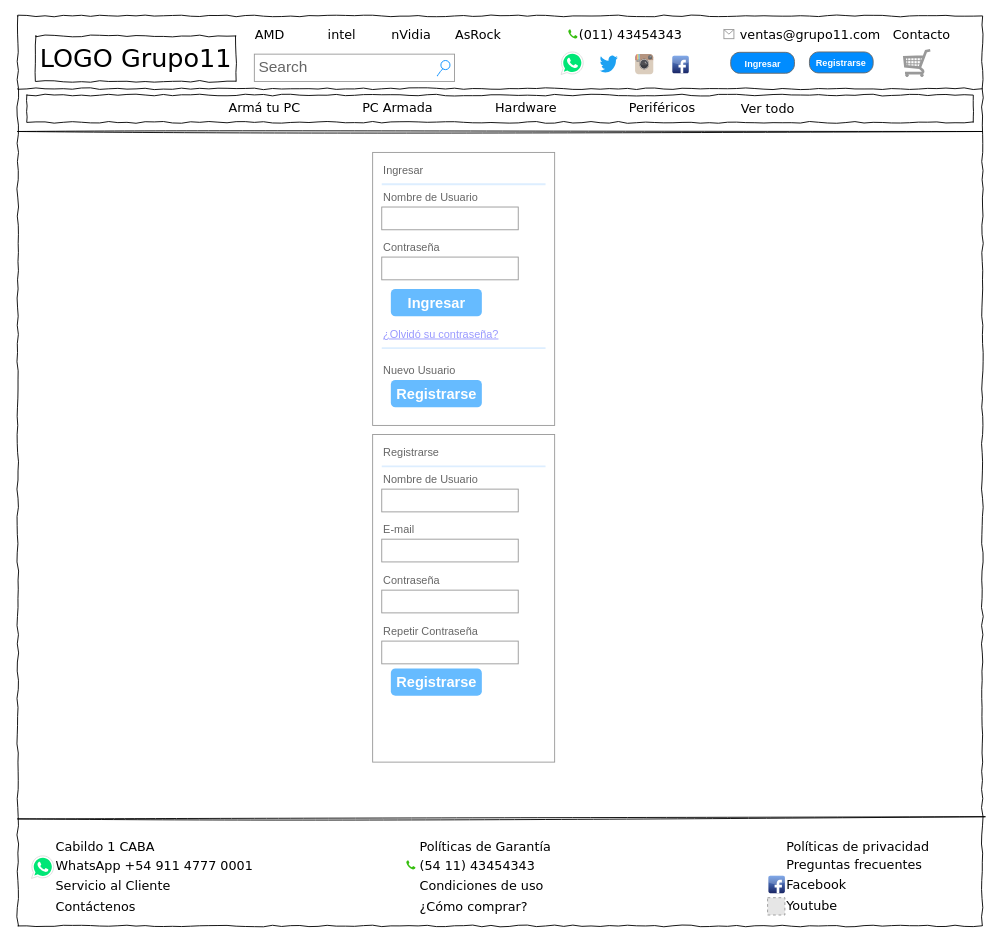
Above: page "Ingresar" (2 of 5) of Wireframe/Wireframe Home Grupo11.drawio in maximilianozurita/grupo_11_hardcommerce (draw.io), before the change. Source tidied: cells renumbered, new cells numbered last; positions are measured from the earlier drawing's top-left corner, leaving out a move shared by most shapes. Both pictures are drawn from the tidied source at 91%, with x=0, y=0 at pixel (17, 15). Pictures stored in the file or linked from it are replaced by grey dashed boxes.
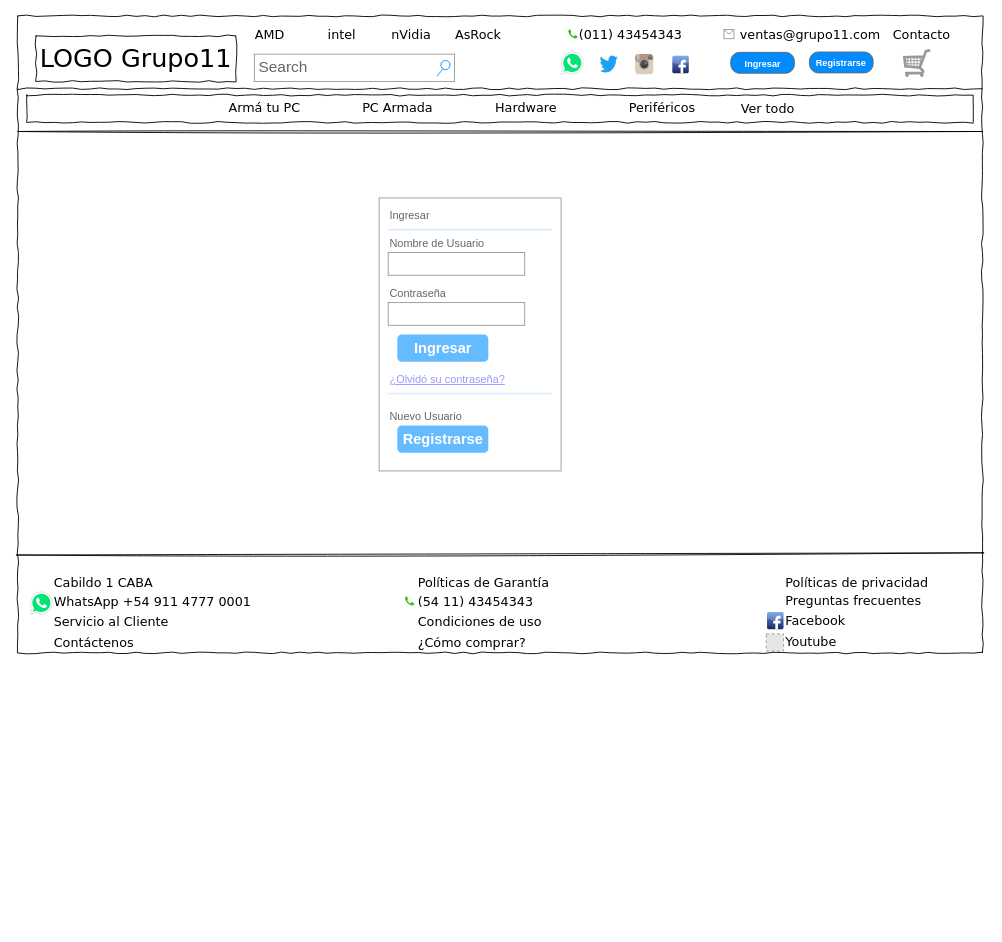
After the change.

Diff of the diagram source:
```diff
@@
     <mxCell id="2" style="whiteSpace=wrap;html=1;rounded=0;shadow=0;labelBackgroundColor=none;strokeColor=#000000;strokeWidth=1;fillColor=none;fontFamily=Verdana;fontSize=12;fontColor=#000000;align=center;comic=1;" parent="1" vertex="1">
-      <mxGeometry width="1060" height="1000" as="geometry" />
+      <mxGeometry width="1060" height="700" as="geometry" />
     </mxCell>
@@
     <mxCell id="15" value="Cabildo 1 CABA" style="text;html=1;align=left;verticalAlign=top;spacingTop=-4;fontSize=14;fontFamily=Verdana;" parent="1" vertex="1">
-      <mxGeometry x="39.5" y="902" width="170" height="20" as="geometry" />
+      <mxGeometry x="38" y="612" width="170" height="20" as="geometry" />
     </mxCell>
     <mxCell id="16" value="WhatsApp +54 911 4777 0001" style="text;html=1;align=left;verticalAlign=top;spacingTop=-4;fontSize=14;fontFamily=Verdana;" parent="1" vertex="1">
-      <mxGeometry x="39.5" y="923" width="170" height="20" as="geometry" />
+      <mxGeometry x="38" y="633" width="170" height="20" as="geometry" />
     </mxCell>
     <mxCell id="17" value="Servicio al Cliente" style="text;html=1;align=left;verticalAlign=top;spacingTop=-4;fontSize=14;fontFamily=Verdana;" parent="1" vertex="1">
-      <mxGeometry x="39.5" y="945" width="170" height="20" as="geometry" />
+      <mxGeometry x="38" y="655" width="170" height="20" as="geometry" />
     </mxCell>
     <mxCell id="18" value="Contáctenos" style="text;html=1;align=left;verticalAlign=top;spacingTop=-4;fontSize=14;fontFamily=Verdana;" parent="1" vertex="1">
-      <mxGeometry x="39.5" y="968" width="170" height="20" as="geometry" />
+      <mxGeometry x="38" y="678" width="170" height="20" as="geometry" />
     </mxCell>
@@
     <mxCell id="30" style="endArrow=none;html=1;sketch=1;" parent="1" edge="1">
       <mxGeometry relative="1" as="geometry">
-        <mxPoint y="882.4" as="sourcePoint" />
-        <mxPoint x="1063" y="880" as="targetPoint" />
+        <mxPoint x="-1.5" y="592.4" as="sourcePoint" />
+        <mxPoint x="1061.5" y="590" as="targetPoint" />
       </mxGeometry>
     </mxCell>
     <mxCell id="31" value="Políticas de Garantía" style="text;html=1;align=left;verticalAlign=top;spacingTop=-4;fontSize=14;fontFamily=Verdana;" parent="1" vertex="1">
-      <mxGeometry x="439.5" y="902" width="170" height="20" as="geometry" />
+      <mxGeometry x="438" y="612" width="170" height="20" as="geometry" />
     </mxCell>
     <mxCell id="32" value="(54 11) 43454343" style="text;html=1;align=left;verticalAlign=top;spacingTop=-4;fontSize=14;fontFamily=Verdana;" parent="1" vertex="1">
-      <mxGeometry x="439.5" y="923" width="170" height="20" as="geometry" />
+      <mxGeometry x="438" y="633" width="170" height="20" as="geometry" />
     </mxCell>
     <mxCell id="33" value="Condiciones de uso" style="text;html=1;align=left;verticalAlign=top;spacingTop=-4;fontSize=14;fontFamily=Verdana;" parent="1" vertex="1">
-      <mxGeometry x="439.5" y="945" width="170" height="20" as="geometry" />
+      <mxGeometry x="438" y="655" width="170" height="20" as="geometry" />
     </mxCell>
     <mxCell id="34" value="¿Cómo comprar?" style="text;html=1;align=left;verticalAlign=top;spacingTop=-4;fontSize=14;fontFamily=Verdana;" parent="1" vertex="1">
-      <mxGeometry x="439.5" y="968" width="170" height="20" as="geometry" />
+      <mxGeometry x="438" y="678" width="170" height="20" as="geometry" />
     </mxCell>
     <mxCell id="35" value="Políticas de privacidad" style="text;html=1;align=left;verticalAlign=top;spacingTop=-4;fontSize=14;fontFamily=Verdana;" parent="1" vertex="1">
-      <mxGeometry x="843" y="902" width="170" height="20" as="geometry" />
+      <mxGeometry x="841.5" y="612" width="170" height="20" as="geometry" />
     </mxCell>
     <mxCell id="36" value="Preguntas frecuentes" style="text;html=1;align=left;verticalAlign=top;spacingTop=-4;fontSize=14;fontFamily=Verdana;" parent="1" vertex="1">
-      <mxGeometry x="843" y="922" width="170" height="20" as="geometry" />
+      <mxGeometry x="841.5" y="632" width="170" height="20" as="geometry" />
     </mxCell>
     <mxCell id="37" value="Facebook" style="text;html=1;align=left;verticalAlign=top;spacingTop=-4;fontSize=14;fontFamily=Verdana;" parent="1" vertex="1">
-      <mxGeometry x="843" y="944" width="170" height="20" as="geometry" />
+      <mxGeometry x="841.5" y="654" width="170" height="20" as="geometry" />
     </mxCell>
     <mxCell id="38" value="Youtube" style="text;html=1;align=left;verticalAlign=top;spacingTop=-4;fontSize=14;fontFamily=Verdana;" parent="1" vertex="1">
-      <mxGeometry x="843" y="967" width="170" height="20" as="geometry" />
+      <mxGeometry x="841.5" y="677" width="170" height="20" as="geometry" />
     </mxCell>
@@
-    <mxCell id="42" style="strokeWidth=1;shadow=0;dashed=0;align=center;html=1;shape=mxgraph.mockup.forms.rrect;rSize=0;strokeColor=#999999;fillColor=#ffffff;rounded=0;glass=0;sketch=0;" parent="1" vertex="1">
-      <mxGeometry x="390" y="460" width="200" height="360" as="geometry" />
-    </mxCell>
-    <mxCell id="43" value="Registrarse" style="strokeWidth=1;shadow=0;dashed=0;align=center;html=1;shape=mxgraph.mockup.forms.anchor;fontSize=12;fontColor=#666666;align=left;spacingLeft=0;" parent="42" vertex="1">
-      <mxGeometry width="100" height="20" relative="1" as="geometry">
-        <mxPoint x="10" y="10" as="offset" />
-      </mxGeometry>
-    </mxCell>
-    <mxCell id="44" style="shape=line;strokeColor=#ddeeff;strokeWidth=2;html=1;" parent="42" vertex="1">
-      <mxGeometry width="180" height="10" relative="1" as="geometry">
-        <mxPoint x="10" y="30" as="offset" />
-      </mxGeometry>
-    </mxCell>
-    <mxCell id="45" value="Nombre de Usuario" style="strokeWidth=1;shadow=0;dashed=0;align=center;html=1;shape=mxgraph.mockup.forms.anchor;fontSize=12;fontColor=#666666;align=left;spacingLeft=0;" parent="42" vertex="1">
-      <mxGeometry width="100" height="20" relative="1" as="geometry">
-        <mxPoint x="10" y="40" as="offset" />
-      </mxGeometry>
-    </mxCell>
-    <mxCell id="46" style="strokeWidth=1;shadow=0;dashed=0;align=center;html=1;shape=mxgraph.mockup.forms.rrect;rSize=0;strokeColor=#999999;fontColor=#666666;align=left;spacingLeft=5;" parent="42" vertex="1">
-      <mxGeometry width="150" height="25" relative="1" as="geometry">
-        <mxPoint x="10" y="60" as="offset" />
-      </mxGeometry>
-    </mxCell>
-    <mxCell id="47" value="E-mail" style="strokeWidth=1;shadow=0;dashed=0;align=center;html=1;shape=mxgraph.mockup.forms.anchor;fontSize=12;fontColor=#666666;align=left;spacingLeft=0;" parent="42" vertex="1">
-      <mxGeometry width="100" height="20" relative="1" as="geometry">
-        <mxPoint x="10" y="95" as="offset" />
-      </mxGeometry>
-    </mxCell>
-    <mxCell id="48" style="strokeWidth=1;shadow=0;dashed=0;align=center;html=1;shape=mxgraph.mockup.forms.rrect;rSize=0;strokeColor=#999999;fontColor=#666666;align=left;spacingLeft=5;" parent="42" vertex="1">
-      <mxGeometry width="150" height="25" relative="1" as="geometry">
-        <mxPoint x="10" y="115" as="offset" />
-      </mxGeometry>
-    </mxCell>
-    <mxCell id="49" value="Registrarse" style="strokeWidth=1;shadow=0;dashed=0;align=center;html=1;shape=mxgraph.mockup.forms.rrect;rSize=5;strokeColor=none;fontColor=#ffffff;fillColor=#66bbff;fontSize=16;fontStyle=1;" parent="42" vertex="1">
-      <mxGeometry y="1" width="100" height="30" relative="1" as="geometry">
-        <mxPoint x="20" y="-103" as="offset" />
-      </mxGeometry>
-    </mxCell>
-    <mxCell id="50" style="strokeWidth=1;shadow=0;dashed=0;align=center;html=1;shape=mxgraph.mockup.forms.rrect;rSize=0;strokeColor=#999999;fontColor=#666666;align=left;spacingLeft=5;" parent="42" vertex="1">
-      <mxGeometry width="150" height="25" relative="1" as="geometry">
-        <mxPoint x="10" y="227" as="offset" />
-      </mxGeometry>
-    </mxCell>
-    <mxCell id="51" value="Repetir Contraseña" style="strokeWidth=1;shadow=0;dashed=0;align=center;html=1;shape=mxgraph.mockup.forms.anchor;fontSize=12;fontColor=#666666;align=left;spacingLeft=0;" parent="42" vertex="1">
-      <mxGeometry width="100" height="20" relative="1" as="geometry">
-        <mxPoint x="10" y="207" as="offset" />
-      </mxGeometry>
-    </mxCell>
-    <mxCell id="52" value="Contraseña" style="strokeWidth=1;shadow=0;dashed=0;align=center;html=1;shape=mxgraph.mockup.forms.anchor;fontSize=12;fontColor=#666666;align=left;spacingLeft=0;" parent="42" vertex="1">
-      <mxGeometry width="100" height="20" relative="1" as="geometry">
-        <mxPoint x="10" y="151" as="offset" />
-      </mxGeometry>
-    </mxCell>
-    <mxCell id="53" style="strokeWidth=1;shadow=0;dashed=0;align=center;html=1;shape=mxgraph.mockup.forms.rrect;rSize=0;strokeColor=#999999;fontColor=#666666;align=left;spacingLeft=5;" parent="42" vertex="1">
-      <mxGeometry width="150" height="25" relative="1" as="geometry">
-        <mxPoint x="10" y="171" as="offset" />
-      </mxGeometry>
-    </mxCell>
     <mxCell id="54" style="strokeWidth=1;shadow=0;dashed=0;align=center;html=1;shape=mxgraph.mockup.forms.rrect;rSize=0;strokeColor=#999999;fillColor=#ffffff;rounded=0;glass=0;sketch=0;" parent="1" vertex="1">
-      <mxGeometry x="390" y="150" width="200" height="300" as="geometry" />
+      <mxGeometry x="397.1" y="200" width="200" height="300" as="geometry" />
     </mxCell>
@@
     <mxCell id="66" style="dashed=0;html=1;align=center;labelPosition=center;verticalLabelPosition=bottom;verticalAlign=top;shape=mxgraph.weblogos.whatsapp;fillColor=#00E676;strokeColor=#dddddd;rounded=0;shadow=0;glass=0;sketch=0;" parent="1" vertex="1">
-      <mxGeometry x="15.1" y="923" width="24.4" height="24.8" as="geometry" />
+      <mxGeometry x="13.6" y="633" width="24.4" height="24.8" as="geometry" />
     </mxCell>
     <mxCell id="67" style="dashed=0;html=1;align=center;labelPosition=center;verticalLabelPosition=bottom;verticalAlign=top;shape=mxgraph.weblogos.phone;fillColor=#36BE0F;strokeColor=none;rounded=0;shadow=0;glass=0;sketch=0;" parent="1" vertex="1">
-      <mxGeometry x="427" y="928" width="10" height="10" as="geometry" />
+      <mxGeometry x="425.5" y="638" width="10" height="10" as="geometry" />
     </mxCell>
     <mxCell id="68" style="dashed=0;html=1;align=center;labelPosition=center;verticalLabelPosition=bottom;verticalAlign=top;shape=mxgraph.webicons.facebook;fillColor=#6294E4;gradientColor=#1A2665;rounded=0;shadow=0;glass=0;sketch=0;" parent="1" vertex="1">
-      <mxGeometry x="824.9" y="944.9" width="18.1" height="19.1" as="geometry" />
+      <mxGeometry x="823.4" y="654.9" width="18.1" height="19.1" as="geometry" />
     </mxCell>
     <mxCell id="69" style="fillColor=#E6E6E6;strokeColor=#999999;dashed=1;" parent="1" vertex="1">
-      <mxGeometry x="824" y="969" width="19" height="19" as="geometry" />
+      <mxGeometry x="822.5" y="679" width="19" height="19" as="geometry" />
     </mxCell>
```
